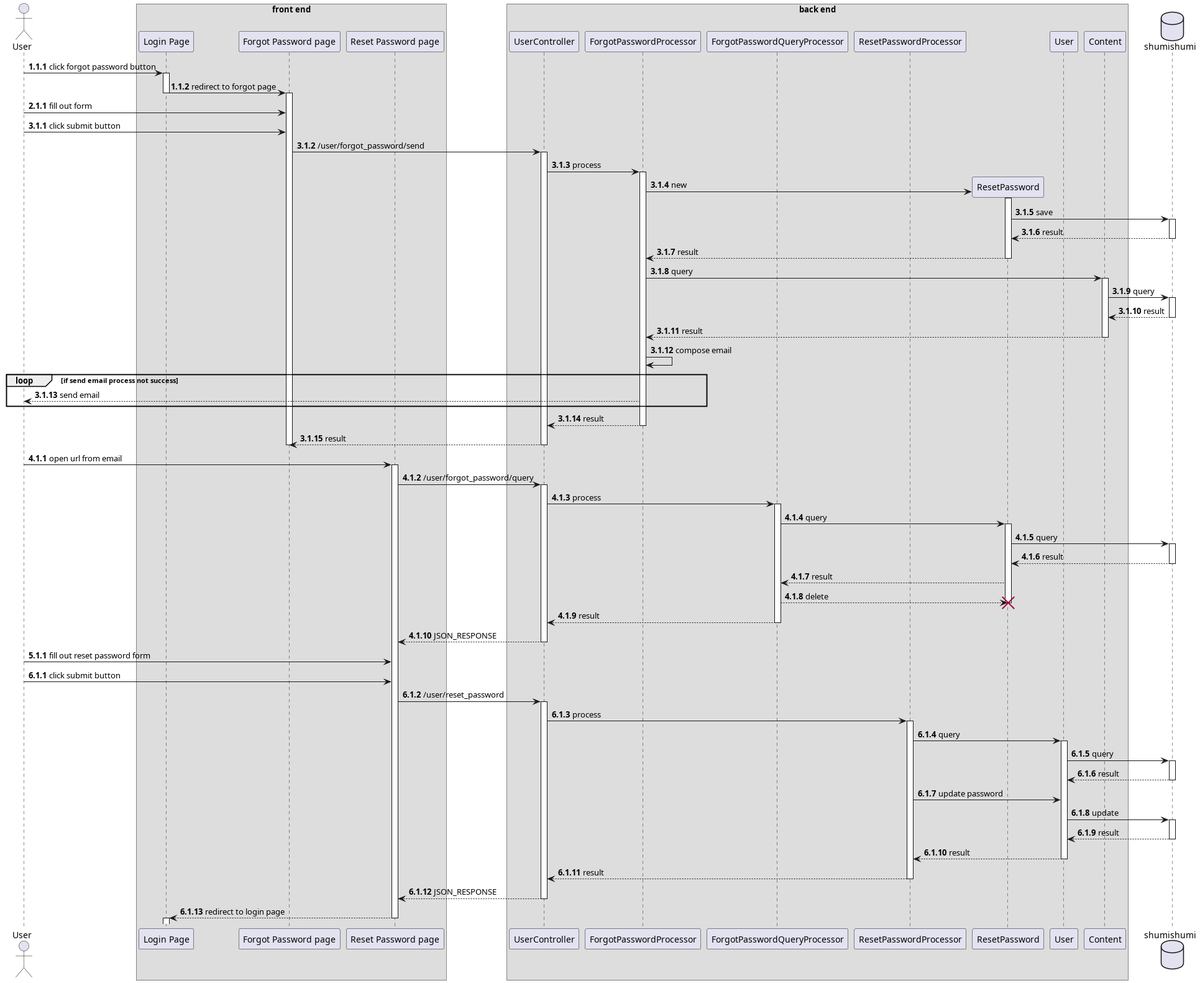
Above: thesis/latex/diagram/sequence diagram/7. forgot password/forgot password.png in aldihsuhandi/skripsi-2023 (PlantUML), before the change. Its diagram source:
```plantuml
@startuml forgot password
autonumber 1.1.1

actor User as u

box "front end"
participant "Login Page" as login
participant "Forgot Password page" as forgot
participant "Reset Password page" as reset
end box

box "back end"
participant "UserController" as uc

participant "ForgotPasswordProcessor" as sendproc
participant "ForgotPasswordQueryProcessor" as queryproc
participant "ResetPasswordProcessor" as resetproc

participant "ResetPassword" as rpm
participant "User" as um

participant "Content" as cm
end box

database shumishumi as db

u -> login++ : click forgot password button
login -> forgot --++ : redirect to forgot page

autonumber inc a
u -> forgot : fill out form
autonumber inc a
u -> forgot : click submit button

forgot -> uc++ : /user/forgot_password/send

uc -> sendproc++ : process
create rpm
sendproc -> rpm++ : new
rpm -> db++ : save
return result
return result

sendproc -> cm++ : query
cm -> db++ : query
return result
return result

sendproc -> sendproc : compose email
loop if send email process not success
u <-- sendproc : send email
end

return result
return result

deactivate forgot

autonumber inc a
u -> reset++ : open url from email
reset -> uc++ : /user/forgot_password/query
uc -> queryproc++ : process
queryproc -> rpm++ : query
rpm -> db++ : query
return result
queryproc <-- rpm : result
queryproc --> rpm !! : delete
deactivate rpm

return result
return JSON_RESPONSE

autonumber inc a
u -> reset : fill out reset password form
autonumber inc a
u -> reset : click submit button

reset -> uc++ : /user/reset_password
uc -> resetproc++ : process

resetproc -> um++ : query
um -> db++ : query
return result
resetproc -> um : update password
um -> db++ : update
return result
return result

return result
return JSON_RESPONSE

reset --> login --++ : redirect to login page

@enduml
```
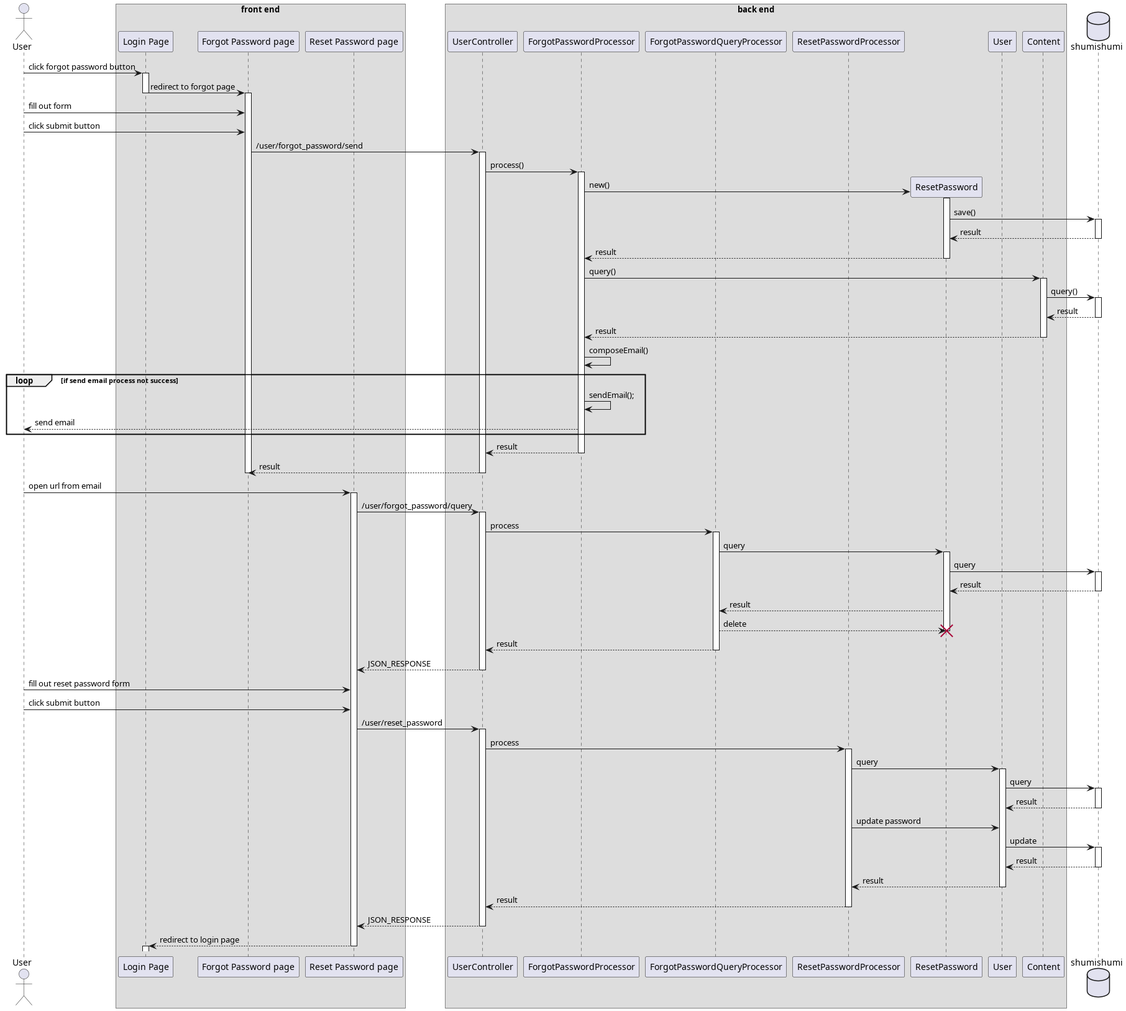
The same file after the commit.

Change to the diagram source:
```diff
@@ -1,5 +1,4 @@
 @startuml forgot password
-autonumber 1.1.1
 
 actor User as u
 
@@ -27,27 +26,26 @@
 u -> login++ : click forgot password button
 login -> forgot --++ : redirect to forgot page
 
-autonumber inc a
 u -> forgot : fill out form
-autonumber inc a
 u -> forgot : click submit button
 
 forgot -> uc++ : /user/forgot_password/send
 
-uc -> sendproc++ : process
+uc -> sendproc++ : process()
 create rpm
-sendproc -> rpm++ : new
-rpm -> db++ : save
+sendproc -> rpm++ : new()
+rpm -> db++ : save()
 return result
 return result
 
-sendproc -> cm++ : query
-cm -> db++ : query
+sendproc -> cm++ : query()
+cm -> db++ : query()
 return result
 return result
 
-sendproc -> sendproc : compose email
+sendproc -> sendproc : composeEmail()
 loop if send email process not success
+sendproc -> sendproc : sendEmail();
 u <-- sendproc : send email
 end
 
@@ -56,7 +54,6 @@
 
 deactivate forgot
 
-autonumber inc a
 u -> reset++ : open url from email
 reset -> uc++ : /user/forgot_password/query
 uc -> queryproc++ : process
@@ -70,9 +67,7 @@
 return result
 return JSON_RESPONSE
 
-autonumber inc a
 u -> reset : fill out reset password form
-autonumber inc a
 u -> reset : click submit button
 
 reset -> uc++ : /user/reset_password
```
